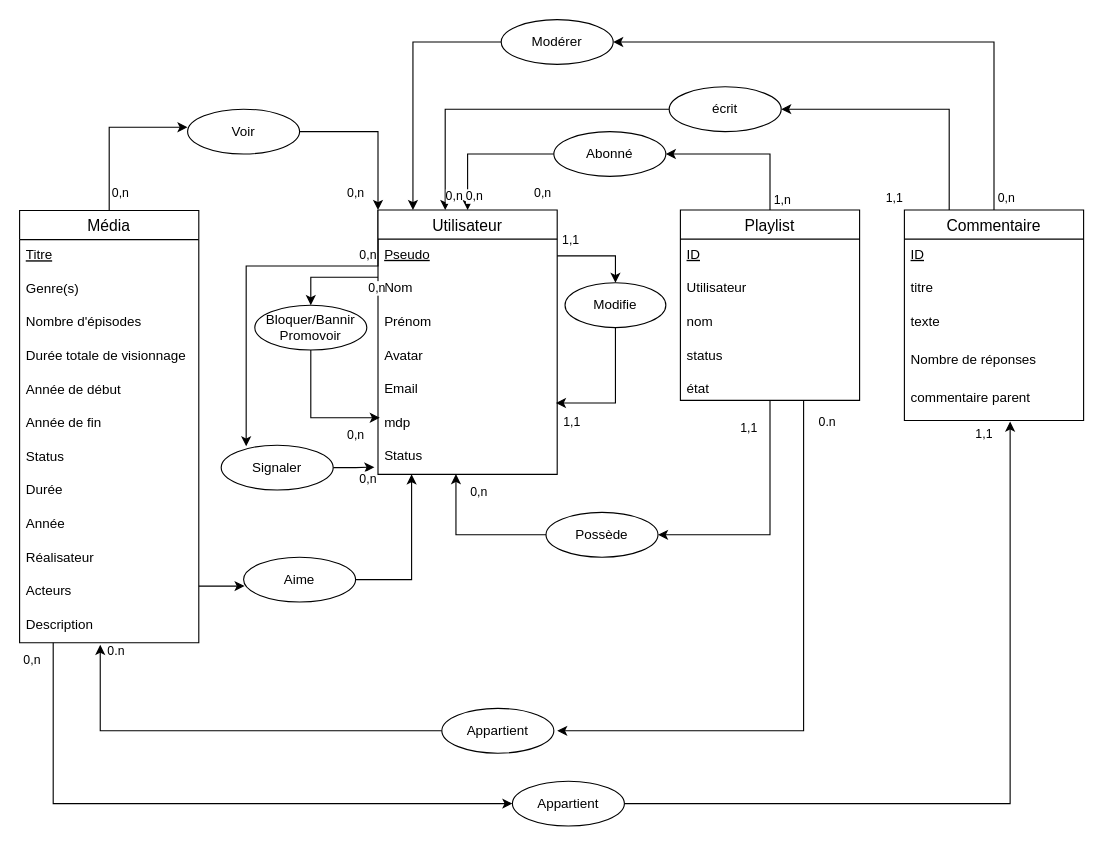
Earlier version of the draw.io diagram page "MCD" (1 of 2) of public/jalon1/analyse/MCD_MLD.drawio (VinLeclercq/CDAW). Source tidied: cells renumbered, new cells numbered last; positions are measured from the earlier drawing's top-left corner, leaving out a move shared by most shapes. Both pictures are drawn from the tidied source at 112%, with x=0, y=0 at pixel (19, 19).
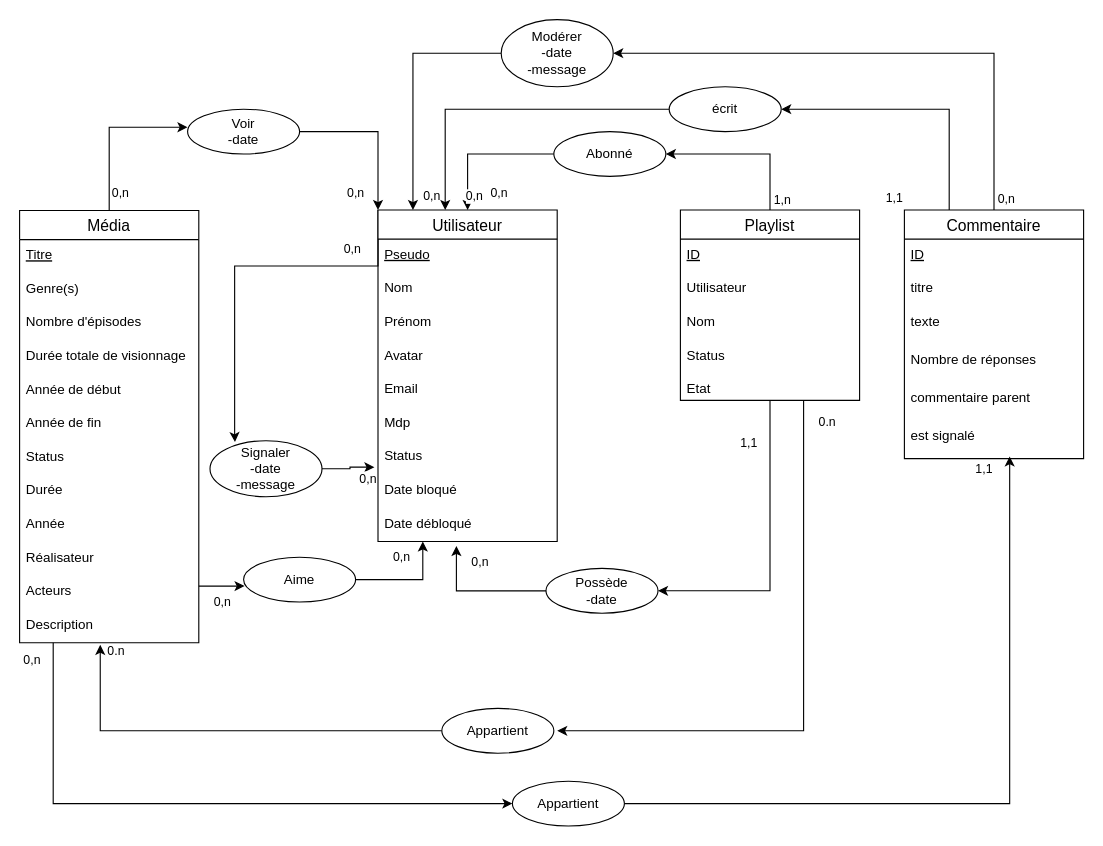
The same diagram, later.

Unchanged cells that the change refers to:
```xml
<mxCell id="21" value="Pseudo" style="text;strokeColor=none;fillColor=none;spacingLeft=4;spacingRight=4;overflow=hidden;points=[[0,0.5],[1,0.5]];portConstraint=eastwest;fontSize=12;fontStyle=4;" parent="20" vertex="1">
  <mxGeometry y="26" width="160" height="30" as="geometry" />
</mxCell>
<mxCell id="27" value="Status" style="text;strokeColor=none;fillColor=none;spacingLeft=4;spacingRight=4;overflow=hidden;points=[[0,0.5],[1,0.5]];portConstraint=eastwest;fontSize=12;" parent="20" vertex="1">
  <mxGeometry y="206" width="160" height="30" as="geometry" />
</mxCell>
<mxCell id="28" style="edgeStyle=orthogonalEdgeStyle;rounded=0;jettySize=auto;html=1;entryX=1;entryY=0.5;entryDx=0;entryDy=0;" parent="1" edge="1" source="34" target="42">
  <mxGeometry relative="1" as="geometry">
    <Array as="points">
      <mxPoint x="670" y="120" />
    </Array>
  </mxGeometry>
</mxCell>
<mxCell id="34" value="Playlist" style="swimlane;fontStyle=0;horizontal=1;startSize=26;align=center;fontSize=14;" parent="1" vertex="1">
  <mxGeometry x="590" y="170" width="160" height="170" as="geometry" />
</mxCell>
<mxCell id="53" value="commentaire parent" style="text;strokeColor=none;fillColor=none;spacingLeft=4;spacingRight=4;overflow=hidden;points=[[0,0.5],[1,0.5]];portConstraint=eastwest;fontSize=12;" parent="48" vertex="1">
  <mxGeometry y="154" width="160" height="34" as="geometry" />
</mxCell>
<mxCell id="85" value="Appartient" style="ellipse;whiteSpace=wrap;html=1;align=center;" parent="1" vertex="1">
  <mxGeometry x="440" y="680" width="100" height="40" as="geometry" />
</mxCell>
<mxCell id="87" value="Aime" style="ellipse;whiteSpace=wrap;html=1;" parent="1" vertex="1">
  <mxGeometry x="200" y="480" width="100" height="40" as="geometry" />
</mxCell>
```

Change to the diagram source:
```diff
@@
     <mxCell id="19" style="edgeStyle=orthogonalEdgeStyle;rounded=0;jettySize=auto;html=1;exitX=0;exitY=0;exitDx=0;exitDy=0;entryX=0.223;entryY=0.024;entryDx=0;entryDy=0;entryPerimeter=0;" parent="1" edge="1" source="20" target="71">
       <mxGeometry relative="1" as="geometry">
         <Array as="points">
           <mxPoint x="320" y="220" />
-          <mxPoint x="202" y="220" />
+          <mxPoint x="192" y="220" />
+          <mxPoint x="192" y="370" />
         </Array>
       </mxGeometry>
     </mxCell>
     <mxCell id="20" value="Utilisateur" style="swimlane;fontStyle=0;horizontal=1;startSize=26;align=center;fontSize=14;" parent="1" vertex="1">
-      <mxGeometry x="320" y="170" width="160" height="236" as="geometry" />
+      <mxGeometry x="320" y="170" width="160" height="296" as="geometry" />
     </mxCell>
@@
-    <mxCell id="26" value="mdp" style="text;strokeColor=none;fillColor=none;spacingLeft=4;spacingRight=4;overflow=hidden;points=[[0,0.5],[1,0.5]];portConstraint=eastwest;fontSize=12;" parent="20" vertex="1">
+    <mxCell id="26" value="Mdp" style="text;strokeColor=none;fillColor=none;spacingLeft=4;spacingRight=4;overflow=hidden;points=[[0,0.5],[1,0.5]];portConstraint=eastwest;fontSize=12;" parent="20" vertex="1">
       <mxGeometry y="176" width="160" height="30" as="geometry" />
     </mxCell>
@@
+    <mxCell id="88" value="Date bloqué" style="text;strokeColor=none;fillColor=none;spacingLeft=4;spacingRight=4;overflow=hidden;fontSize=12;" parent="20" vertex="1">
+      <mxGeometry y="236" width="160" height="30" as="geometry" />
+    </mxCell>
+    <mxCell id="89" value="Date débloqué" style="text;strokeColor=none;fillColor=none;spacingLeft=4;spacingRight=4;overflow=hidden;fontSize=12;" parent="20" vertex="1">
+      <mxGeometry y="266" width="160" height="30" as="geometry" />
+    </mxCell>
@@
     <mxCell id="29" value="0,n" style="edgeLabel;html=1;align=center;verticalAlign=middle;" parent="28" vertex="1">
       <mxGeometry x="-0.29" y="7" relative="1" as="geometry">
-        <mxPoint x="-203" y="27" as="offset" />
+        <mxPoint x="-242" y="27" as="offset" />
       </mxGeometry>
     </mxCell>
@@
     <mxCell id="32" style="edgeStyle=orthogonalEdgeStyle;rounded=0;jettySize=auto;html=1;entryX=1;entryY=0.5;entryDx=0;entryDy=0;" parent="1" edge="1" source="34" target="60">
       <mxGeometry relative="1" as="geometry">
         <Array as="points">
-          <mxPoint x="670" y="460" />
+          <mxPoint x="670" y="510" />
         </Array>
       </mxGeometry>
     </mxCell>
@@
-    <mxCell id="37" value="nom" style="text;strokeColor=none;fillColor=none;spacingLeft=4;spacingRight=4;overflow=hidden;fontSize=12;fontStyle=0;" parent="34" vertex="1">
+    <mxCell id="37" value="Nom" style="text;strokeColor=none;fillColor=none;spacingLeft=4;spacingRight=4;overflow=hidden;fontSize=12;fontStyle=0;" parent="34" vertex="1">
       <mxGeometry y="86" width="160" height="30" as="geometry" />
     </mxCell>
-    <mxCell id="38" value="status" style="text;strokeColor=none;fillColor=none;spacingLeft=4;spacingRight=4;overflow=hidden;fontSize=12;" parent="34" vertex="1">
+    <mxCell id="38" value="Status" style="text;strokeColor=none;fillColor=none;spacingLeft=4;spacingRight=4;overflow=hidden;fontSize=12;" parent="34" vertex="1">
       <mxGeometry y="116" width="160" height="30" as="geometry" />
     </mxCell>
-    <mxCell id="39" value="état" style="text;strokeColor=none;fillColor=none;spacingLeft=4;spacingRight=4;overflow=hidden;fontSize=12;" parent="34" vertex="1">
+    <mxCell id="39" value="Etat" style="text;strokeColor=none;fillColor=none;spacingLeft=4;spacingRight=4;overflow=hidden;fontSize=12;" parent="34" vertex="1">
       <mxGeometry y="146" width="160" height="24" as="geometry" />
     </mxCell>
@@
     <mxCell id="45" style="edgeStyle=orthogonalEdgeStyle;rounded=0;jettySize=auto;html=1;entryX=1;entryY=0.5;entryDx=0;entryDy=0;" parent="1" edge="1" source="48" target="62">
       <mxGeometry relative="1" as="geometry">
         <Array as="points">
-          <mxPoint x="870" y="20" />
+          <mxPoint x="870" y="30" />
         </Array>
       </mxGeometry>
     </mxCell>
@@
     <mxCell id="48" value="Commentaire" style="swimlane;fontStyle=0;horizontal=1;startSize=26;align=center;fontSize=14;" parent="1" vertex="1">
-      <mxGeometry x="790" y="170" width="160" height="188" as="geometry" />
+      <mxGeometry x="790" y="170" width="160" height="222" as="geometry" />
     </mxCell>
@@
+    <mxCell id="90" value="est signalé" style="text;strokeColor=none;fillColor=none;spacingLeft=4;spacingRight=4;overflow=hidden;fontSize=12;" parent="48" vertex="1">
+      <mxGeometry y="188" width="160" height="34" as="geometry" />
+    </mxCell>
@@
-    <mxCell id="56" value="écrit" style="ellipse;whiteSpace=wrap;html=1;align=center;" parent="1" vertex="1">
+    <mxCell id="56" value="&lt;div&gt;écrit&lt;/div&gt;" style="ellipse;whiteSpace=wrap;html=1;align=center;" parent="1" vertex="1">
       <mxGeometry x="580" y="60" width="100" height="40" as="geometry" />
     </mxCell>
@@
-    <mxCell id="58" style="edgeStyle=orthogonalEdgeStyle;rounded=0;jettySize=auto;html=1;entryX=0.435;entryY=0.993;entryDx=0;entryDy=0;entryPerimeter=0;" parent="1" edge="1" source="60" target="27">
+    <mxCell id="58" style="edgeStyle=orthogonalEdgeStyle;rounded=0;orthogonalLoop=1;jettySize=auto;html=1;" parent="1" edge="1">
       <mxGeometry relative="1" as="geometry">
+        <mxPoint x="470" y="510.1" as="sourcePoint" />
+        <mxPoint x="390" y="470" as="targetPoint" />
         <Array as="points">
-          <mxPoint x="390" y="460" />
+          <mxPoint x="390" y="510.1" />
+          <mxPoint x="390" y="470.1" />
         </Array>
       </mxGeometry>
     </mxCell>
@@
-    <mxCell id="60" value="Possède" style="ellipse;whiteSpace=wrap;html=1;" parent="1" vertex="1">
-      <mxGeometry x="470" y="440" width="100" height="40" as="geometry" />
+    <mxCell id="60" value="&lt;div&gt;Possède&lt;/div&gt;-date" style="ellipse;whiteSpace=wrap;html=1;" parent="1" vertex="1">
+      <mxGeometry x="470" y="490" width="100" height="40" as="geometry" />
     </mxCell>
     <mxCell id="61" style="edgeStyle=orthogonalEdgeStyle;rounded=0;jettySize=auto;html=1;entryX=0.195;entryY=0;entryDx=0;entryDy=0;entryPerimeter=0;" parent="1" edge="1" source="62" target="20">
       <mxGeometry relative="1" as="geometry">
         <Array as="points">
-          <mxPoint x="351" y="20" />
+          <mxPoint x="351" y="30" />
         </Array>
       </mxGeometry>
     </mxCell>
-    <mxCell id="62" value="Modérer" style="ellipse;whiteSpace=wrap;html=1;align=center;" parent="1" vertex="1">
-      <mxGeometry x="430" width="100" height="40" as="geometry" />
+    <mxCell id="62" value="&lt;div&gt;Modérer&lt;br&gt;&lt;/div&gt;&lt;div&gt;-date&lt;/div&gt;&lt;div&gt;-message&lt;br&gt;&lt;/div&gt;" style="ellipse;whiteSpace=wrap;html=1;align=center;" parent="1" vertex="1">
+      <mxGeometry x="430" width="100" height="60" as="geometry" />
     </mxCell>
@@
     <mxCell id="64" value="0,n" style="edgeLabel;html=1;align=center;verticalAlign=middle;" parent="1" vertex="1">
-      <mxGeometry x="470" y="170" as="geometry">
+      <mxGeometry x="450" y="170" as="geometry">
         <mxPoint x="-83" y="-13" as="offset" />
       </mxGeometry>
     </mxCell>
-    <mxCell id="65" style="edgeStyle=orthogonalEdgeStyle;rounded=0;jettySize=auto;html=1;exitX=0.5;exitY=1;exitDx=0;exitDy=0;entryX=0.01;entryY=0.315;entryDx=0;entryDy=0;entryPerimeter=0;" parent="1" edge="1" source="67" target="26">
-      <mxGeometry relative="1" as="geometry" />
-    </mxCell>
-    <mxCell id="66" value="0,n" style="edgeLabel;html=1;align=center;verticalAlign=middle;" parent="65" vertex="1">
-      <mxGeometry x="0.33" y="-1" relative="1" as="geometry">
-        <mxPoint x="19" y="14" as="offset" />
-      </mxGeometry>
-    </mxCell>
-    <mxCell id="67" value="&lt;div&gt;Bloquer/Bannir&lt;/div&gt;&lt;div&gt;Promovoir&lt;br&gt;&lt;/div&gt;" style="ellipse;whiteSpace=wrap;html=1;" parent="1" vertex="1">
-      <mxGeometry x="210" y="255" width="100" height="40" as="geometry" />
-    </mxCell>
-    <mxCell id="68" style="edgeStyle=orthogonalEdgeStyle;rounded=0;jettySize=auto;html=1;" parent="1" edge="1" target="67">
-      <mxGeometry relative="1" as="geometry">
-        <mxPoint x="320" y="230" as="sourcePoint" />
-        <Array as="points">
-          <mxPoint x="260" y="230" />
-        </Array>
-      </mxGeometry>
-    </mxCell>
-    <mxCell id="69" value="0,n" style="edgeLabel;html=1;align=center;verticalAlign=middle;" parent="68" vertex="1">
-      <mxGeometry x="-0.26" relative="1" as="geometry">
-        <mxPoint x="29" y="9" as="offset" />
-      </mxGeometry>
-    </mxCell>
@@
-    <mxCell id="71" value="Signaler" style="ellipse;whiteSpace=wrap;html=1;" parent="1" vertex="1">
-      <mxGeometry x="180" y="380" width="100" height="40" as="geometry" />
+    <mxCell id="71" value="&lt;div&gt;Signaler&lt;/div&gt;&lt;div&gt;-date&lt;/div&gt;&lt;div&gt;-message&lt;br&gt;&lt;/div&gt;" style="ellipse;whiteSpace=wrap;html=1;" parent="1" vertex="1">
+      <mxGeometry x="170" y="376" width="100" height="50" as="geometry" />
     </mxCell>
-    <mxCell id="72" value="0,n" style="edgeLabel;html=1;align=center;verticalAlign=middle;" parent="1" vertex="1">
-      <mxGeometry x="330" y="230" as="geometry">
-        <mxPoint x="-20" y="-21" as="offset" />
-      </mxGeometry>
-    </mxCell>
@@
-    <mxCell id="75" value="Voir" style="ellipse;whiteSpace=wrap;html=1;align=center;" parent="1" vertex="1">
+    <mxCell id="75" value="&lt;div&gt;Voir&lt;/div&gt;-date" style="ellipse;whiteSpace=wrap;html=1;align=center;" parent="1" vertex="1">
       <mxGeometry x="150" y="80" width="100" height="40" as="geometry" />
     </mxCell>
@@
-    <mxCell id="78" style="edgeStyle=orthogonalEdgeStyle;rounded=0;jettySize=auto;html=1;entryX=0.993;entryY=-0.122;entryDx=0;entryDy=0;entryPerimeter=0;" parent="1" edge="1" source="79" target="26">
-      <mxGeometry relative="1" as="geometry" />
-    </mxCell>
-    <mxCell id="79" value="Modifie" style="ellipse;whiteSpace=wrap;html=1;align=center;" parent="1" vertex="1">
-      <mxGeometry x="487" y="235" width="90" height="40" as="geometry" />
-    </mxCell>
-    <mxCell id="80" style="edgeStyle=orthogonalEdgeStyle;rounded=0;jettySize=auto;html=1;" parent="1" edge="1" source="21" target="79">
-      <mxGeometry relative="1" as="geometry" />
-    </mxCell>
-    <mxCell id="81" value="1,1" style="edgeLabel;html=1;align=center;verticalAlign=middle;" parent="80" vertex="1">
-      <mxGeometry x="-0.7" relative="1" as="geometry">
-        <mxPoint y="-15" as="offset" />
-      </mxGeometry>
-    </mxCell>
-    <mxCell id="82" value="1,1" style="edgeLabel;html=1;align=center;verticalAlign=middle;" parent="1" vertex="1">
-      <mxGeometry x="507" y="206" as="geometry">
-        <mxPoint x="-15" y="152" as="offset" />
-      </mxGeometry>
-    </mxCell>
-    <mxCell id="83" style="edgeStyle=orthogonalEdgeStyle;rounded=0;jettySize=auto;html=1;entryX=0.59;entryY=1.026;entryDx=0;entryDy=0;entryPerimeter=0;" parent="1" edge="1" source="85" target="53">
+    <mxCell id="83" style="edgeStyle=orthogonalEdgeStyle;rounded=0;jettySize=auto;html=1;" parent="1" edge="1" source="85">
       <mxGeometry relative="1" as="geometry">
+        <mxPoint x="884" y="390" as="targetPoint" />
         <Array as="points">
           <mxPoint x="884" y="700" />
         </Array>
       </mxGeometry>
     </mxCell>
@@
-    <mxCell id="86" style="edgeStyle=orthogonalEdgeStyle;rounded=0;jettySize=auto;html=1;" parent="1" edge="1" source="87" target="27">
+    <mxCell id="86" style="edgeStyle=orthogonalEdgeStyle;rounded=0;jettySize=auto;html=1;entryX=0.25;entryY=1;entryDx=0;entryDy=0;" parent="1" edge="1" source="87" target="20">
       <mxGeometry relative="1" as="geometry">
         <Array as="points">
-          <mxPoint x="350" y="500" />
+          <mxPoint x="360" y="500" />
         </Array>
       </mxGeometry>
     </mxCell>
@@
+    <mxCell id="91" value="0,n" style="edgeLabel;html=1;align=center;verticalAlign=middle;" parent="1" vertex="1">
+      <mxGeometry x="427" y="220" as="geometry">
+        <mxPoint x="-131" y="-16" as="offset" />
+      </mxGeometry>
+    </mxCell>
+    <mxCell id="92" value="0,n" style="edgeLabel;html=1;align=center;verticalAlign=middle;" parent="1" vertex="1">
+      <mxGeometry x="360" y="500" as="geometry">
+        <mxPoint x="-20" y="-21" as="offset" />
+      </mxGeometry>
+    </mxCell>
+    <mxCell id="93" value="0,n" style="edgeLabel;html=1;align=center;verticalAlign=middle;" parent="1" vertex="1">
+      <mxGeometry x="200" y="540" as="geometry">
+        <mxPoint x="-20" y="-21" as="offset" />
+      </mxGeometry>
+    </mxCell>
```
